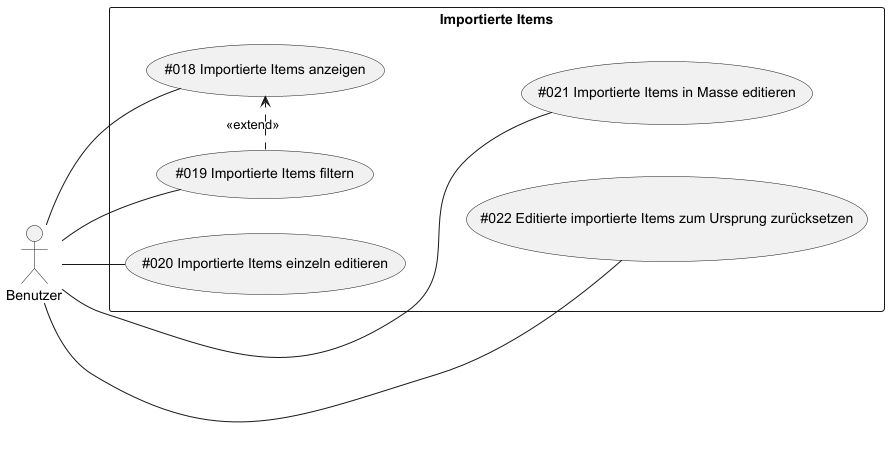
Before: data-integration-documentation/src/main/images/usecases/items.png, a diagram exported from PlantUML (TuncerCatalkaya/data-integration).
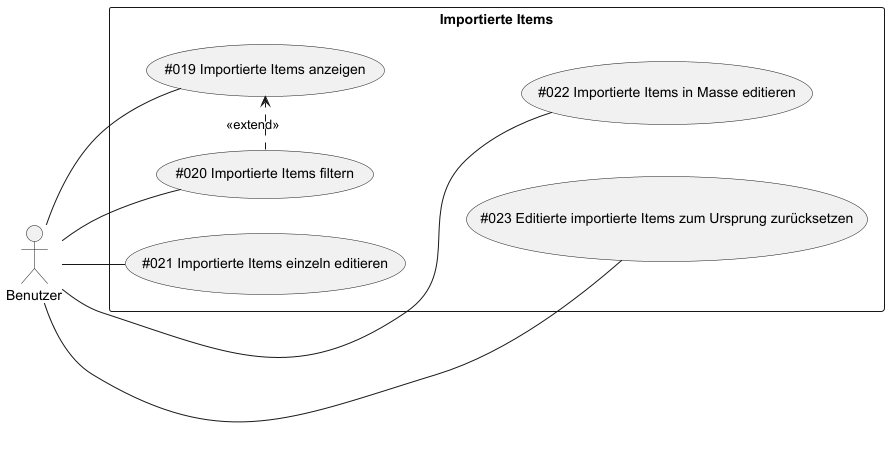
Above is the later version.

The edit, as a diff of the source:
```diff
@@ -4,22 +4,22 @@
 actor Benutzer as Actor1
 
 rectangle "Importierte Items" {
-    (#018 Importierte Items anzeigen) as (UC18)
-    (#019 Importierte Items filtern) as (UC19)
-    (#020 Importierte Items einzeln editieren) as (UC20)
-    (#021 Importierte Items in Masse editieren) as (UC21)
-    (#022 Editierte importierte Items zum Ursprung zurücksetzen) as (UC22)
+    (#019 Importierte Items anzeigen) as (UC19)
+    (#020 Importierte Items filtern) as (UC20)
+    (#021 Importierte Items einzeln editieren) as (UC21)
+    (#022 Importierte Items in Masse editieren) as (UC22)
+    (#023 Editierte importierte Items zum Ursprung zurücksetzen) as (UC23)
 }
 
-Actor1 -- (UC18)
 Actor1 -- (UC19)
 Actor1 -- (UC20)
-Actor1 - (UC21)
-Actor1 -- (UC22)
+Actor1 -- (UC21)
+Actor1 - (UC22)
+Actor1 -- (UC23)
 
-(UC19) .> (UC18) : <<extend>>
+(UC20) .> (UC19) : <<extend>>
 
-(UC18) -[hidden]- (UC21)
 (UC19) -[hidden]- (UC22)
+(UC20) -[hidden]- (UC23)
 
 @enduml
```
